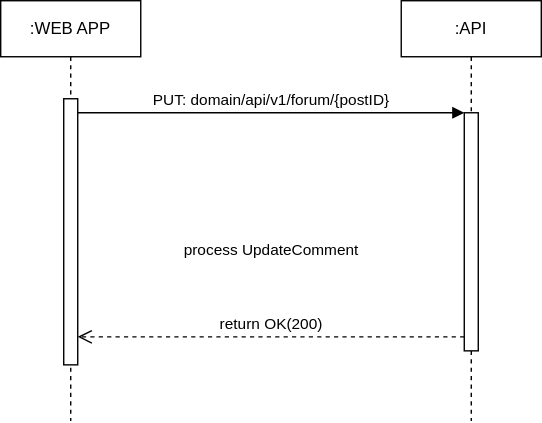
StudyConnect-ZHAW/StudyConnect keeps this draw.io diagram as image/systemdiagram_sequenzdiagram/UpdatePost.svg. Above is the earlier version. Source tidied: cells renumbered, new cells last; positions are measured from the earlier drawing's top-left corner, leaving out a move shared by most shapes. Source of this version:
```xml
<mxGraphModel>
  <root>
    <mxCell id="0" />
    <mxCell id="1" parent="0" />
    <mxCell id="2" value=":WEB APP" style="shape=umlLifeline;perimeter=lifelinePerimeter;whiteSpace=wrap;html=1;newEdgeStyle={&quot;edgeStyle&quot;:&quot;elbowEdgeStyle&quot;,&quot;elbow&quot;:&quot;vertical&quot;,&quot;curved&quot;:0,&quot;rounded&quot;:0};" parent="1" vertex="1">
      <mxGeometry width="100" height="300" as="geometry" />
    </mxCell>
    <mxCell id="3" style="html=1;points=[];perimeter=orthogonalPerimeter;outlineConnect=0;targetShapes=umlLifeline;portConstraint=eastwest;newEdgeStyle={&quot;edgeStyle&quot;:&quot;elbowEdgeStyle&quot;,&quot;elbow&quot;:&quot;vertical&quot;,&quot;curved&quot;:0,&quot;rounded&quot;:0};" parent="2" vertex="1">
      <mxGeometry x="45" y="70" width="10" height="190" as="geometry" />
    </mxCell>
    <mxCell id="4" value=":API" style="shape=umlLifeline;perimeter=lifelinePerimeter;whiteSpace=wrap;html=1;newEdgeStyle={&quot;edgeStyle&quot;:&quot;elbowEdgeStyle&quot;,&quot;elbow&quot;:&quot;vertical&quot;,&quot;curved&quot;:0,&quot;rounded&quot;:0};" parent="1" vertex="1">
      <mxGeometry x="286" width="100" height="300" as="geometry" />
    </mxCell>
    <mxCell id="5" style="html=1;points=[];perimeter=orthogonalPerimeter;outlineConnect=0;targetShapes=umlLifeline;portConstraint=eastwest;newEdgeStyle={&quot;edgeStyle&quot;:&quot;elbowEdgeStyle&quot;,&quot;elbow&quot;:&quot;vertical&quot;,&quot;curved&quot;:0,&quot;rounded&quot;:0};" parent="4" vertex="1">
      <mxGeometry x="45" y="80" width="10" height="170" as="geometry" />
    </mxCell>
    <mxCell id="6" value="PUT: domain/api/v1/forum/{postID}" style="html=1;verticalAlign=bottom;endArrow=block;edgeStyle=elbowEdgeStyle;elbow=horizontal;curved=0;rounded=0;" parent="1" edge="1" source="3" target="5">
      <mxGeometry relative="1" as="geometry">
        <Array as="points">
          <mxPoint x="141" y="80" />
        </Array>
      </mxGeometry>
    </mxCell>
    <mxCell id="7" value="&lt;div&gt;process UpdateComment&lt;/div&gt;&lt;div&gt;&lt;br&gt;&lt;/div&gt;&lt;div&gt;&lt;br&gt;&lt;/div&gt;&lt;div&gt;&lt;br&gt;&lt;/div&gt;return OK(200)" style="html=1;verticalAlign=bottom;endArrow=open;dashed=1;endSize=8;edgeStyle=elbowEdgeStyle;elbow=vertical;curved=0;rounded=0;" parent="1" edge="1" source="5" target="3">
      <mxGeometry relative="1" as="geometry">
        <Array as="points">
          <mxPoint x="151" y="240" />
        </Array>
      </mxGeometry>
    </mxCell>
  </root>
</mxGraphModel>
```
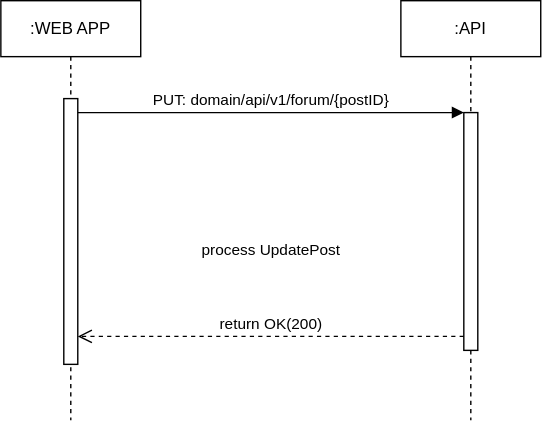
After the change.

Diff of the diagram source:
```diff
@@ -21,7 +21,7 @@
         </Array>
       </mxGeometry>
     </mxCell>
-    <mxCell id="7" value="&lt;div&gt;process UpdateComment&lt;/div&gt;&lt;div&gt;&lt;br&gt;&lt;/div&gt;&lt;div&gt;&lt;br&gt;&lt;/div&gt;&lt;div&gt;&lt;br&gt;&lt;/div&gt;return OK(200)" style="html=1;verticalAlign=bottom;endArrow=open;dashed=1;endSize=8;edgeStyle=elbowEdgeStyle;elbow=vertical;curved=0;rounded=0;" parent="1" edge="1" source="5" target="3">
+    <mxCell id="7" value="&lt;div&gt;process UpdatePost&lt;/div&gt;&lt;div&gt;&lt;br&gt;&lt;/div&gt;&lt;div&gt;&lt;br&gt;&lt;/div&gt;&lt;div&gt;&lt;br&gt;&lt;/div&gt;return OK(200)" style="html=1;verticalAlign=bottom;endArrow=open;dashed=1;endSize=8;edgeStyle=elbowEdgeStyle;elbow=vertical;curved=0;rounded=0;" parent="1" edge="1" source="5" target="3">
       <mxGeometry relative="1" as="geometry">
         <Array as="points">
           <mxPoint x="151" y="240" />
```
